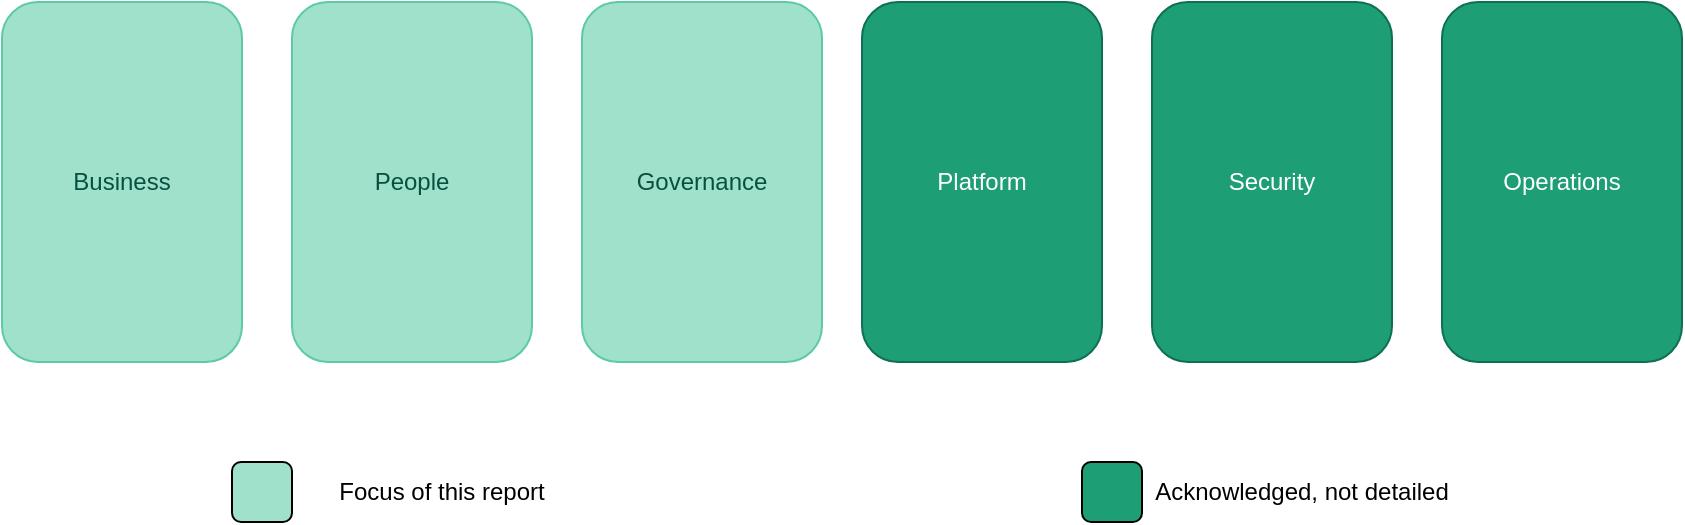
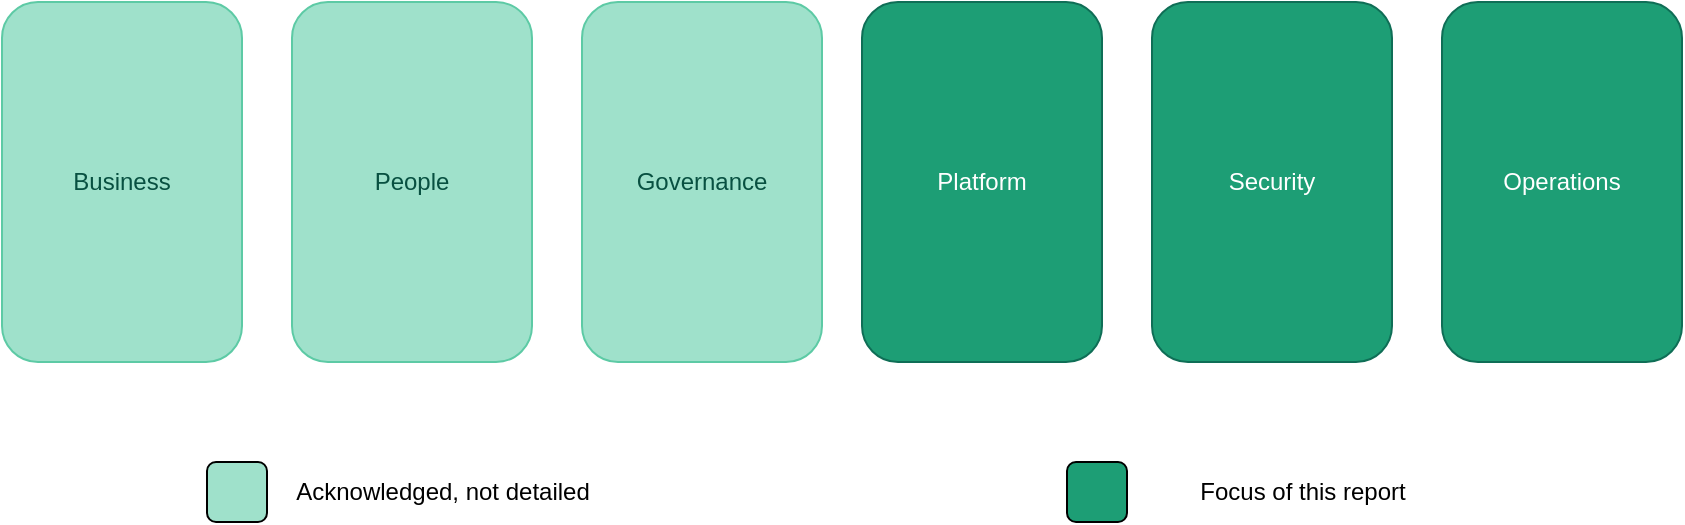
<mxfile host="app.diagrams.net">
  <diagram name="Page-1" id="cO2-TLs6evs9_J_uviOe">
    <mxGraphModel dx="1174" dy="635" grid="1" gridSize="10" guides="1" tooltips="1" connect="1" arrows="1" fold="1" page="1" pageScale="1" pageWidth="850" pageHeight="1100" math="0" shadow="0">
      <root>
        <mxCell id="0" />
        <mxCell id="1" parent="0" />
        <mxCell id="bIzzHaxW_H1xYnhXATZC-2" parent="1" style="rounded=1;whiteSpace=wrap;html=1;fillColor=#9FE1CB;fontColor=#085041;strokeColor=#5DCAA5;" value="Governance" vertex="1">
          <mxGeometry height="180" width="120" x="290" y="290" as="geometry" />
        </mxCell>
        <mxCell id="bIzzHaxW_H1xYnhXATZC-3" parent="1" style="rounded=1;whiteSpace=wrap;html=1;fillColor=#9FE1CB;fontColor=#085041;strokeColor=#5DCAA5;" value="People" vertex="1">
          <mxGeometry height="180" width="120" x="145" y="290" as="geometry" />
        </mxCell>
        <mxCell id="bIzzHaxW_H1xYnhXATZC-4" parent="1" style="rounded=1;whiteSpace=wrap;html=1;fillColor=#9FE1CB;fontColor=#085041;strokeColor=#5DCAA5;" value="Business" vertex="1">
          <mxGeometry height="180" width="120" y="290" as="geometry" />
        </mxCell>
        <mxCell id="bIzzHaxW_H1xYnhXATZC-5" parent="1" style="rounded=1;whiteSpace=wrap;html=1;fillColor=#1D9E75;fontColor=#FFFFFF;strokeColor=#0F6E56;" value="Operations" vertex="1">
          <mxGeometry height="180" width="120" x="720" y="290" as="geometry" />
        </mxCell>
        <mxCell id="bIzzHaxW_H1xYnhXATZC-6" parent="1" style="rounded=1;whiteSpace=wrap;html=1;fillColor=#1D9E75;fontColor=#FFFFFF;strokeColor=#0F6E56;" value="Platform" vertex="1">
          <mxGeometry height="180" width="120" x="430" y="290" as="geometry" />
        </mxCell>
        <mxCell id="bIzzHaxW_H1xYnhXATZC-7" parent="1" style="rounded=1;whiteSpace=wrap;html=1;fillColor=#1D9E75;fontColor=#FFFFFF;strokeColor=#0F6E56;" value="Security" vertex="1">
          <mxGeometry height="180" width="120" x="575" y="290" as="geometry" />
        </mxCell>
        <mxCell id="bIzzHaxW_H1xYnhXATZC-8" parent="1" style="rounded=1;whiteSpace=wrap;html=1;fillColor=#9FE1CB;" value="" vertex="1">
-           <mxGeometry height="30" width="30" x="115" y="520" as="geometry" />
+           <mxGeometry height="30" width="30" x="102.5" y="520" as="geometry" />
        </mxCell>
        <mxCell id="bIzzHaxW_H1xYnhXATZC-9" parent="1" style="rounded=1;whiteSpace=wrap;html=1;fillColor=#1D9E75;" value="" vertex="1">
-           <mxGeometry height="30" width="30" x="540" y="520" as="geometry" />
+           <mxGeometry height="30" width="30" x="532.5" y="520" as="geometry" />
        </mxCell>
        <mxCell id="bIzzHaxW_H1xYnhXATZC-11" parent="1" style="text;html=1;whiteSpace=wrap;strokeColor=none;fillColor=none;align=center;verticalAlign=middle;rounded=0;" value="Acknowledged, not detailed" vertex="1">
-           <mxGeometry height="30" width="150" x="575" y="520" as="geometry" />
+           <mxGeometry height="30" width="175" x="132.5" y="520" as="geometry" />
        </mxCell>
        <mxCell id="bIzzHaxW_H1xYnhXATZC-13" parent="1" style="text;html=1;whiteSpace=wrap;strokeColor=none;fillColor=none;align=center;verticalAlign=middle;rounded=0;" value="Focus of this report" vertex="1">
-           <mxGeometry height="30" width="150" x="145" y="520" as="geometry" />
+           <mxGeometry height="30" width="175" x="562.5" y="520" as="geometry" />
        </mxCell>
      </root>
    </mxGraphModel>
  </diagram>
</mxfile>
